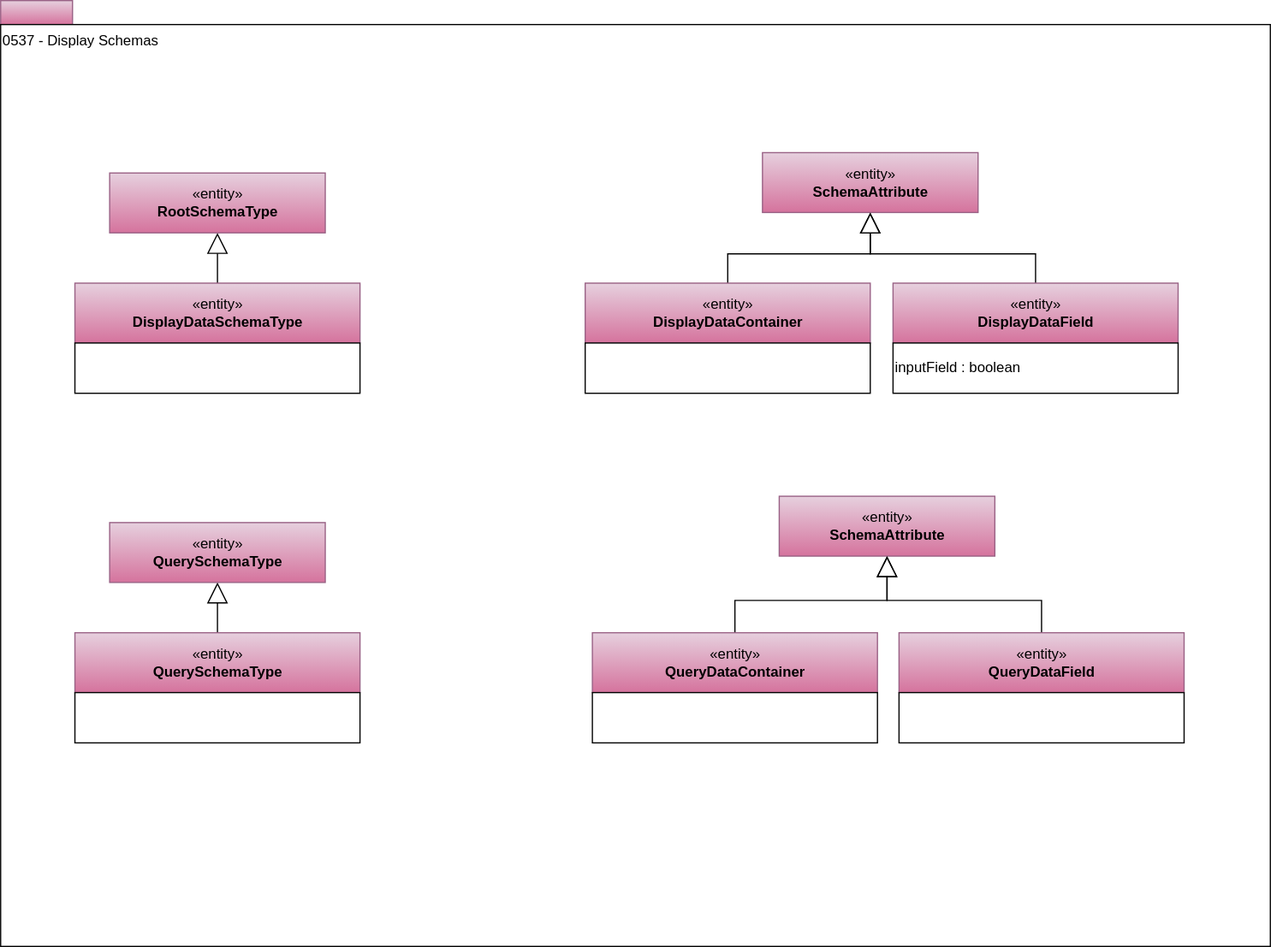
Earlier version of the draw.io export site/docs/types/5/0537-Display-Schemas.svg (odpi/egeria-docs). Source tidied: cells renumbered, new cells last; positions are measured from the earlier drawing's top-left corner, leaving out a move shared by most shapes.
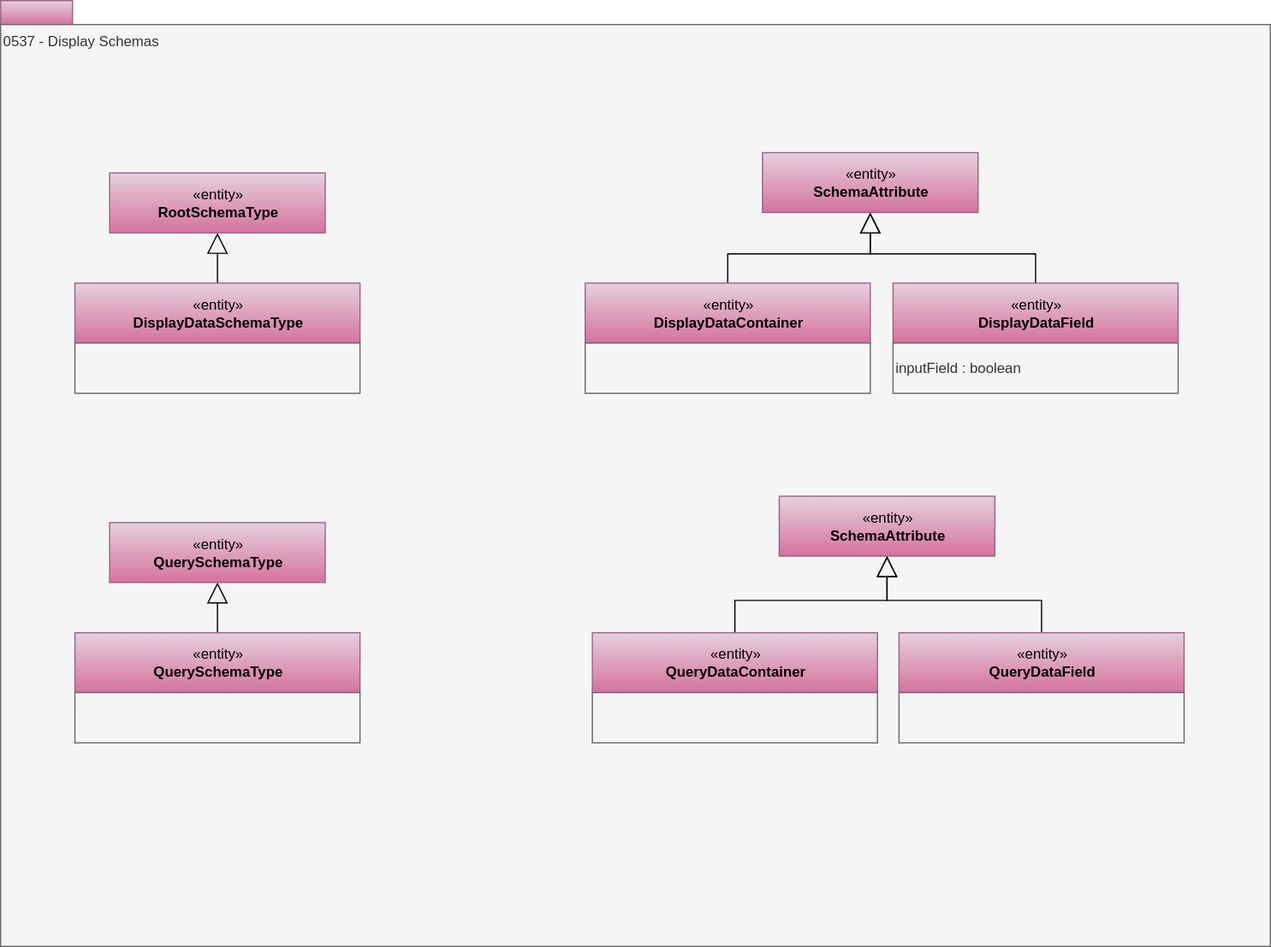
Later version of the same file.

What changed in the source:
```diff
@@ -5,7 +5,7 @@
     <mxCell id="2" style="rounded=0;whiteSpace=wrap;html=1;align=left;fillColor=#e6d0de;strokeColor=#996185;gradientColor=#d5739d;" parent="1" vertex="1">
       <mxGeometry width="60" height="20" as="geometry" />
     </mxCell>
-    <mxCell id="3" value="0537 - Display Schemas" style="rounded=0;whiteSpace=wrap;html=1;align=left;verticalAlign=top;" parent="1" vertex="1">
+    <mxCell id="3" value="0537 - Display Schemas" style="rounded=0;whiteSpace=wrap;html=1;align=left;verticalAlign=top;fillColor=#f5f5f5;fontColor=#333333;strokeColor=#666666;" parent="1" vertex="1">
       <mxGeometry y="20" width="1060" height="770" as="geometry" />
     </mxCell>
     <mxCell id="4" style="edgeStyle=orthogonalEdgeStyle;rounded=0;jettySize=auto;html=1;endArrow=block;endFill=0;endSize=15;" parent="1" edge="1" source="5" target="7">
@@ -14,7 +14,7 @@
     <mxCell id="5" value="«entity»&lt;br&gt;&lt;b&gt;DisplayDataContainer&lt;/b&gt;" style="html=1;strokeColor=#996185;align=center;fillColor=#e6d0de;gradientColor=#d5739d;" parent="1" vertex="1">
       <mxGeometry x="488" y="236" width="238" height="50" as="geometry" />
     </mxCell>
-    <mxCell id="6" style="rounded=0;whiteSpace=wrap;html=1;strokeColor=#000000;gradientColor=#ffffff;align=left;" parent="1" vertex="1">
+    <mxCell id="6" style="rounded=0;whiteSpace=wrap;html=1;strokeColor=#666666;align=left;fillColor=#f5f5f5;fontColor=#333333;" parent="1" vertex="1">
       <mxGeometry x="488" y="286" width="238" height="42" as="geometry" />
     </mxCell>
     <mxCell id="7" value="«entity»&lt;br&gt;&lt;b&gt;SchemaAttribute&lt;/b&gt;" style="html=1;strokeColor=#996185;align=center;fillColor=#e6d0de;gradientColor=#d5739d;" parent="1" vertex="1">
@@ -26,7 +26,7 @@
     <mxCell id="9" value="«entity»&lt;br&gt;&lt;b&gt;DisplayDataSchemaType&lt;/b&gt;" style="html=1;strokeColor=#996185;align=center;fillColor=#e6d0de;gradientColor=#d5739d;" parent="1" vertex="1">
       <mxGeometry x="62" y="236" width="238" height="50" as="geometry" />
     </mxCell>
-    <mxCell id="10" style="rounded=0;whiteSpace=wrap;html=1;strokeColor=#000000;gradientColor=#ffffff;align=left;" parent="1" vertex="1">
+    <mxCell id="10" style="rounded=0;whiteSpace=wrap;html=1;strokeColor=#666666;align=left;fillColor=#f5f5f5;fontColor=#333333;" parent="1" vertex="1">
       <mxGeometry x="62" y="286" width="238" height="42" as="geometry" />
     </mxCell>
     <mxCell id="11" value="«entity»&lt;br&gt;&lt;b&gt;RootSchemaType&lt;/b&gt;" style="html=1;strokeColor=#996185;align=center;fillColor=#e6d0de;gradientColor=#d5739d;" parent="1" vertex="1">
@@ -38,7 +38,7 @@
     <mxCell id="13" value="«entity»&lt;br&gt;&lt;b&gt;QuerySchemaType&lt;/b&gt;" style="html=1;strokeColor=#996185;align=center;fillColor=#e6d0de;gradientColor=#d5739d;" parent="1" vertex="1">
       <mxGeometry x="62" y="528" width="238" height="50" as="geometry" />
     </mxCell>
-    <mxCell id="14" style="rounded=0;whiteSpace=wrap;html=1;strokeColor=#000000;gradientColor=#ffffff;align=left;" parent="1" vertex="1">
+    <mxCell id="14" style="rounded=0;whiteSpace=wrap;html=1;strokeColor=#666666;align=left;fillColor=#f5f5f5;fontColor=#333333;" parent="1" vertex="1">
       <mxGeometry x="62" y="578" width="238" height="42" as="geometry" />
     </mxCell>
     <mxCell id="15" value="«entity»&lt;br&gt;&lt;b&gt;QuerySchemaType&lt;/b&gt;" style="html=1;strokeColor=#996185;align=center;fillColor=#e6d0de;gradientColor=#d5739d;" parent="1" vertex="1">
@@ -50,7 +50,7 @@
     <mxCell id="17" value="«entity»&lt;br&gt;&lt;b&gt;QueryDataField&lt;/b&gt;" style="html=1;strokeColor=#996185;align=center;fillColor=#e6d0de;gradientColor=#d5739d;" parent="1" vertex="1">
       <mxGeometry x="750" y="528" width="238" height="50" as="geometry" />
     </mxCell>
-    <mxCell id="18" style="rounded=0;whiteSpace=wrap;html=1;strokeColor=#000000;gradientColor=#ffffff;align=left;" parent="1" vertex="1">
+    <mxCell id="18" style="rounded=0;whiteSpace=wrap;html=1;strokeColor=#666666;align=left;fillColor=#f5f5f5;fontColor=#333333;" parent="1" vertex="1">
       <mxGeometry x="750" y="578" width="238" height="42" as="geometry" />
     </mxCell>
     <mxCell id="19" value="«entity»&lt;br&gt;&lt;b&gt;SchemaAttribute&lt;/b&gt;" style="html=1;strokeColor=#996185;align=center;fillColor=#e6d0de;gradientColor=#d5739d;" parent="1" vertex="1">
@@ -62,7 +62,7 @@
     <mxCell id="21" value="«entity»&lt;br&gt;&lt;b&gt;DisplayDataField&lt;/b&gt;" style="html=1;strokeColor=#996185;align=center;fillColor=#e6d0de;gradientColor=#d5739d;" parent="1" vertex="1">
       <mxGeometry x="745" y="236" width="238" height="50" as="geometry" />
     </mxCell>
-    <mxCell id="22" value="inputField : boolean" style="rounded=0;whiteSpace=wrap;html=1;strokeColor=#000000;gradientColor=#ffffff;align=left;" parent="1" vertex="1">
+    <mxCell id="22" value="inputField : boolean" style="rounded=0;whiteSpace=wrap;html=1;strokeColor=#666666;align=left;fillColor=#f5f5f5;fontColor=#333333;" parent="1" vertex="1">
       <mxGeometry x="745" y="286" width="238" height="42" as="geometry" />
     </mxCell>
     <mxCell id="23" style="edgeStyle=orthogonalEdgeStyle;rounded=0;jettySize=auto;html=1;endArrow=block;endFill=0;endSize=15;" parent="1" edge="1" source="24" target="19">
@@ -71,7 +71,7 @@
     <mxCell id="24" value="«entity»&lt;br&gt;&lt;b&gt;QueryDataContainer&lt;/b&gt;" style="html=1;strokeColor=#996185;align=center;fillColor=#e6d0de;gradientColor=#d5739d;" parent="1" vertex="1">
       <mxGeometry x="494" y="528" width="238" height="50" as="geometry" />
     </mxCell>
-    <mxCell id="25" style="rounded=0;whiteSpace=wrap;html=1;strokeColor=#000000;gradientColor=#ffffff;align=left;" parent="1" vertex="1">
+    <mxCell id="25" style="rounded=0;whiteSpace=wrap;html=1;strokeColor=#666666;align=left;fillColor=#f5f5f5;fontColor=#333333;" parent="1" vertex="1">
       <mxGeometry x="494" y="578" width="238" height="42" as="geometry" />
     </mxCell>
   </root>
```
